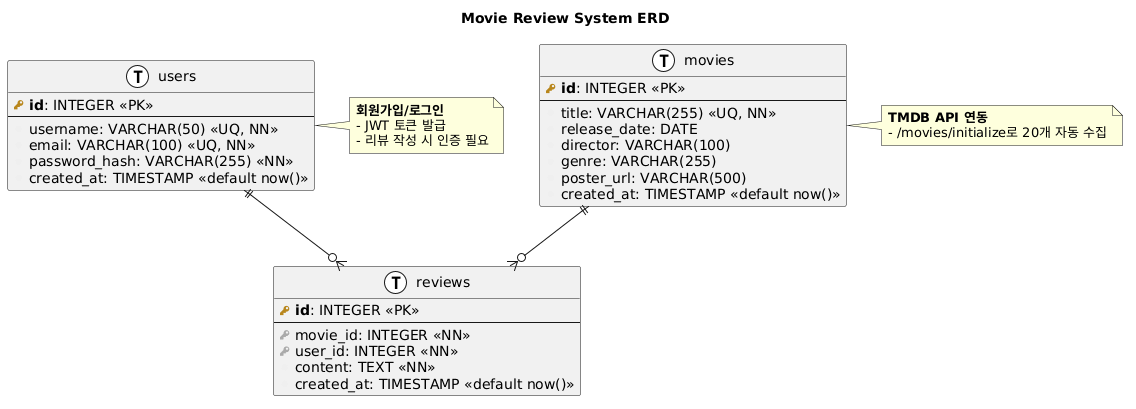
Earlier version of the PlantUML export 04_영화 정보 및 평점 등록 웹 서비스/report/ERD.png (perweekdev/Optimization).
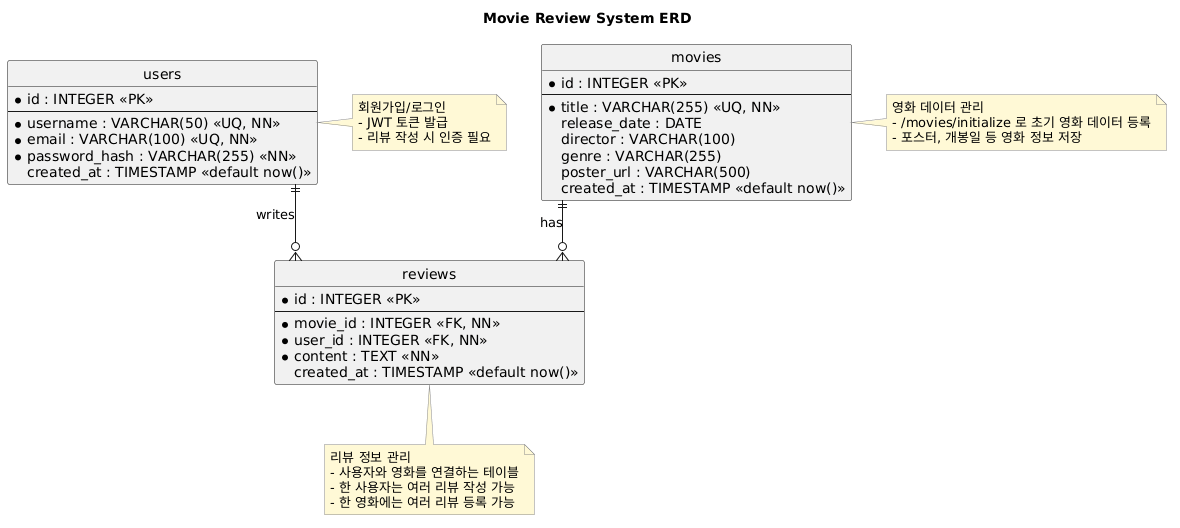
The same diagram one commit later.

What changed in the source:
```diff
@@ -1,51 +1,69 @@
 @startuml
-!define primary_key(x) <b><color:#b8861b><&key></color> x</b>
-!define foreign_key(x) <color:#aaaaaa><&key></color> x
-!define column(x) <color:#efefef><&media-record></color> x
-!define table(x) entity x << (T, white) >>
-
 title Movie Review System ERD
 
-table(users) {
-  primary_key(id): INTEGER <<PK>>
-  --
-  column(username): VARCHAR(50) <<UQ, NN>>
-  column(email): VARCHAR(100) <<UQ, NN>>
-  column(password_hash): VARCHAR(255) <<NN>>
-  column(created_at): TIMESTAMP <<default now()>>
+hide circle
+skinparam linetype ortho
+skinparam shadowing false
+skinparam defaultFontName Arial
+
+skinparam entity {
+  BackgroundColor white
+  BorderColor #555555
 }
 
-table(movies) {
-  primary_key(id): INTEGER <<PK>>
-  --
-  column(title): VARCHAR(255) <<UQ, NN>>
-  column(release_date): DATE
-  column(director): VARCHAR(100)
-  column(genre): VARCHAR(255)
-  column(poster_url): VARCHAR(500)
-  column(created_at): TIMESTAMP <<default now()>>
+skinparam note {
+  BackgroundColor #FFF9D6
+  BorderColor #888888
 }
 
-table(reviews) {
-  primary_key(id): INTEGER <<PK>>
+entity "users" as users {
+  * id : INTEGER <<PK>>
   --
-  foreign_key(movie_id): INTEGER <<NN>>
-  foreign_key(user_id): INTEGER <<NN>>
-  column(content): TEXT <<NN>>
-  column(created_at): TIMESTAMP <<default now()>>
+  * username : VARCHAR(50) <<UQ, NN>>
+  * email : VARCHAR(100) <<UQ, NN>>
+  * password_hash : VARCHAR(255) <<NN>>
+  created_at : TIMESTAMP <<default now()>>
 }
 
-users ||--o{ reviews
-movies ||--o{ reviews
+entity "movies" as movies {
+  * id : INTEGER <<PK>>
+  --
+  * title : VARCHAR(255) <<UQ, NN>>
+  release_date : DATE
+  director : VARCHAR(100)
+  genre : VARCHAR(255)
+  poster_url : VARCHAR(500)
+  created_at : TIMESTAMP <<default now()>>
+}
+
+entity "reviews" as reviews {
+  * id : INTEGER <<PK>>
+  --
+  * movie_id : INTEGER <<FK, NN>>
+  * user_id : INTEGER <<FK, NN>>
+  * content : TEXT <<NN>>
+  created_at : TIMESTAMP <<default now()>>
+}
+
+users ||--o{ reviews : writes
+movies ||--o{ reviews : has
 
 note right of users
-  **회원가입/로그인**
-  - JWT 토큰 발급
-  - 리뷰 작성 시 인증 필요
+회원가입/로그인
+- JWT 토큰 발급
+- 리뷰 작성 시 인증 필요
 end note
 
 note right of movies
-  **TMDB API 연동**
-  - /movies/initialize로 20개 자동 수집
+영화 데이터 관리
+- /movies/initialize 로 초기 영화 데이터 등록
+- 포스터, 개봉일 등 영화 정보 저장
+end note
+
+note bottom of reviews
+리뷰 정보 관리
+- 사용자와 영화를 연결하는 테이블
+- 한 사용자는 여러 리뷰 작성 가능
+- 한 영화에는 여러 리뷰 등록 가능
 end note
 @enduml
```
